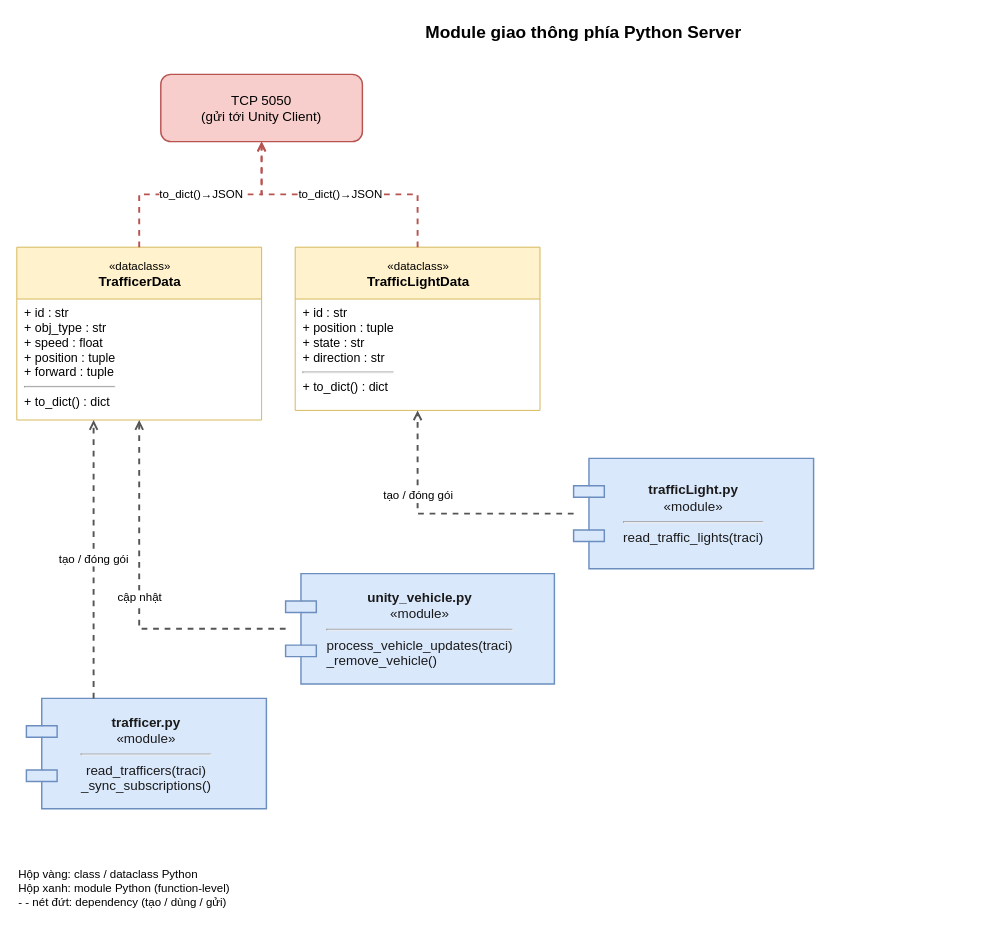
MinhHoang137/SUMO-GR1 keeps this draw.io diagram as DiagramsCode/hinh4.2.5-so-do-lop-traffic-server.drawio. Above is the earlier version. Source tidied: cells renumbered, new cells numbered last; positions are measured from the earlier drawing's top-left corner, leaving out a move shared by most shapes. Both pictures are drawn from the tidied source at 96%, with x=0, y=0 at pixel (16, 16).
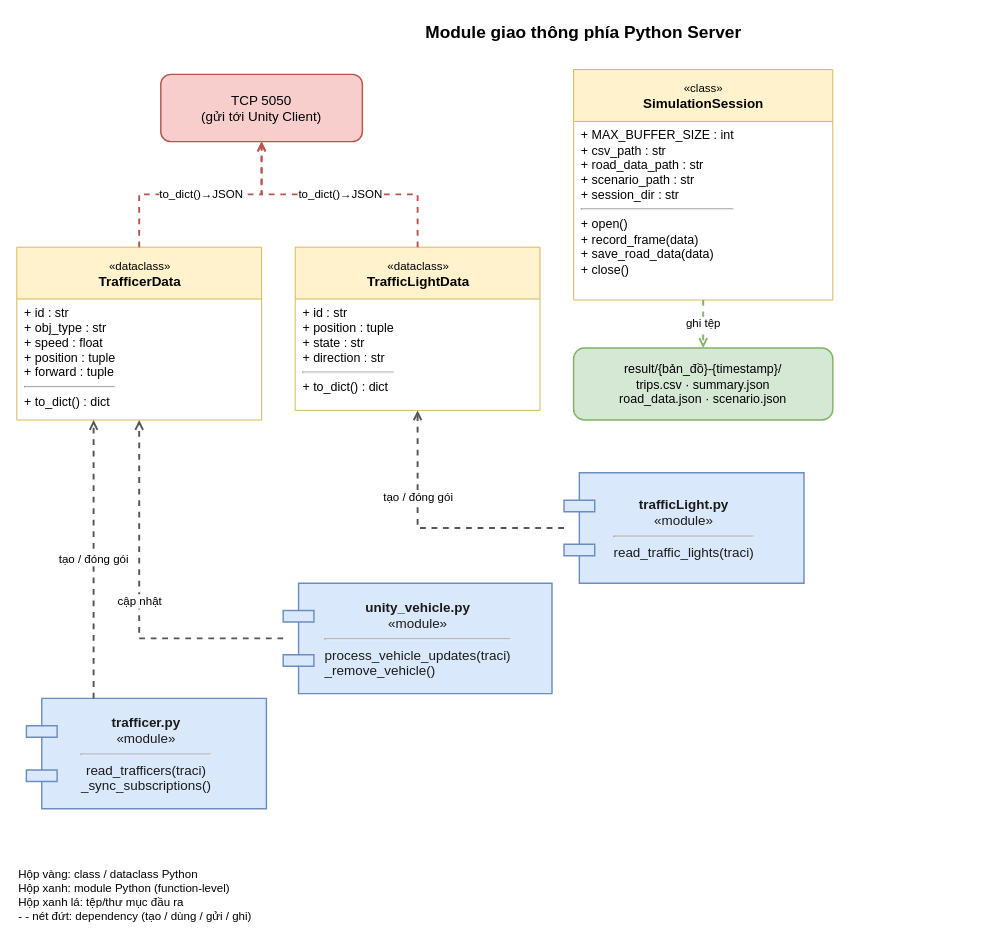
The same page after the edit.

What changed in the source:
```diff
@@
     <mxCell id="8" value="&lt;b&gt;unity_vehicle.py&lt;/b&gt;&lt;br&gt;«module»&lt;br&gt;&lt;hr&gt;process_vehicle_updates(traci)&lt;br&gt;&lt;div style=&quot;text-align: left;&quot;&gt;&lt;span style=&quot;background-color: transparent; color: light-dark(rgb(26, 26, 26), rgb(215, 215, 215));&quot;&gt;_remove_vehicle()&amp;nbsp;&lt;/span&gt;&lt;/div&gt;" style="shape=component;align=center;verticalAlign=middle;whiteSpace=wrap;html=1;fillColor=#dae8fc;strokeColor=#6c8ebf;strokeWidth=1.5;fontColor=#1a1a1a;fontFamily=Arial;fontSize=14;" parent="1" vertex="1">
-      <mxGeometry x="280" y="580" width="280" height="115" as="geometry" />
+      <mxGeometry x="277.5" y="590" width="280" height="115" as="geometry" />
     </mxCell>
     <mxCell id="9" value="&lt;b&gt;trafficLight.py&lt;/b&gt;&lt;br/&gt;«module»&lt;br/&gt;&lt;hr/&gt;read_traffic_lights(traci)" style="shape=component;align=center;verticalAlign=middle;whiteSpace=wrap;html=1;fillColor=#dae8fc;strokeColor=#6c8ebf;strokeWidth=1.5;fontColor=#1a1a1a;fontFamily=Arial;fontSize=14;" parent="1" vertex="1">
-      <mxGeometry x="580" y="460" width="250" height="115" as="geometry" />
+      <mxGeometry x="570" y="475" width="250" height="115" as="geometry" />
     </mxCell>
@@
+    <mxCell id="17" value="&lt;font style='font-size:12px'&gt;«class»&lt;/font&gt;&lt;br/&gt;&lt;b&gt;SimulationSession&lt;/b&gt;" style="swimlane;fontFamily=Arial;fontSize=14;fontStyle=0;startSize=54;html=1;fillColor=#fff2cc;strokeColor=#d6b656;" parent="1" vertex="1">
+      <mxGeometry x="580" y="55" width="270" height="240" as="geometry" />
+    </mxCell>
+    <mxCell id="18" value="+ MAX_BUFFER_SIZE : int&lt;br/&gt;+ csv_path : str&lt;br/&gt;+ road_data_path : str&lt;br/&gt;+ scenario_path : str&lt;br/&gt;+ session_dir : str&lt;hr/&gt;+ open()&lt;br/&gt;+ record_frame(data)&lt;br/&gt;+ save_road_data(data)&lt;br/&gt;+ close()" style="text;html=1;align=left;fontFamily=Arial;fontSize=13;spacingLeft=6;strokeColor=none;fillColor=none;" parent="17" vertex="1">
+      <mxGeometry y="54" width="270" height="186" as="geometry" />
+    </mxCell>
+    <mxCell id="19" value="result/{bản_đồ}-{timestamp}/&lt;br/&gt;trips.csv · summary.json&lt;br/&gt;road_data.json · scenario.json" style="rounded=1;whiteSpace=wrap;html=1;fillColor=#d5e8d4;strokeColor=#82b366;strokeWidth=1.5;fontFamily=Arial;fontSize=13;" parent="1" vertex="1">
+      <mxGeometry x="580" y="345" width="270" height="75" as="geometry" />
+    </mxCell>
+    <mxCell id="20" value="ghi tệp" style="edgeStyle=orthogonalEdgeStyle;rounded=0;html=1;strokeColor=#82b366;strokeWidth=2;fontFamily=Arial;fontSize=12;dashed=1;endArrow=open;endFill=0;" parent="1" edge="1" source="17" target="19">
+      <mxGeometry relative="1" as="geometry" />
+    </mxCell>
-    <mxCell id="16" value="Hộp vàng: class / dataclass Python&lt;br/&gt;Hộp xanh: module Python (function-level)&lt;br/&gt;- - nét đứt: dependency (tạo / dùng / gửi)" style="text;html=1;align=left;fontFamily=Arial;fontSize=12;strokeColor=none;fillColor=none;" parent="1" vertex="1">
-      <mxGeometry y="880" width="420" height="56" as="geometry" />
+    <mxCell id="16" value="Hộp vàng: class / dataclass Python&lt;br/&gt;Hộp xanh: module Python (function-level)&lt;br/&gt;Hộp xanh lá: tệp/thư mục đầu ra&lt;br/&gt;- - nét đứt: dependency (tạo / dùng / gửi / ghi)" style="text;html=1;align=left;fontFamily=Arial;fontSize=12;strokeColor=none;fillColor=none;" parent="1" vertex="1">
+      <mxGeometry y="880" width="450" height="70" as="geometry" />
     </mxCell>
```
